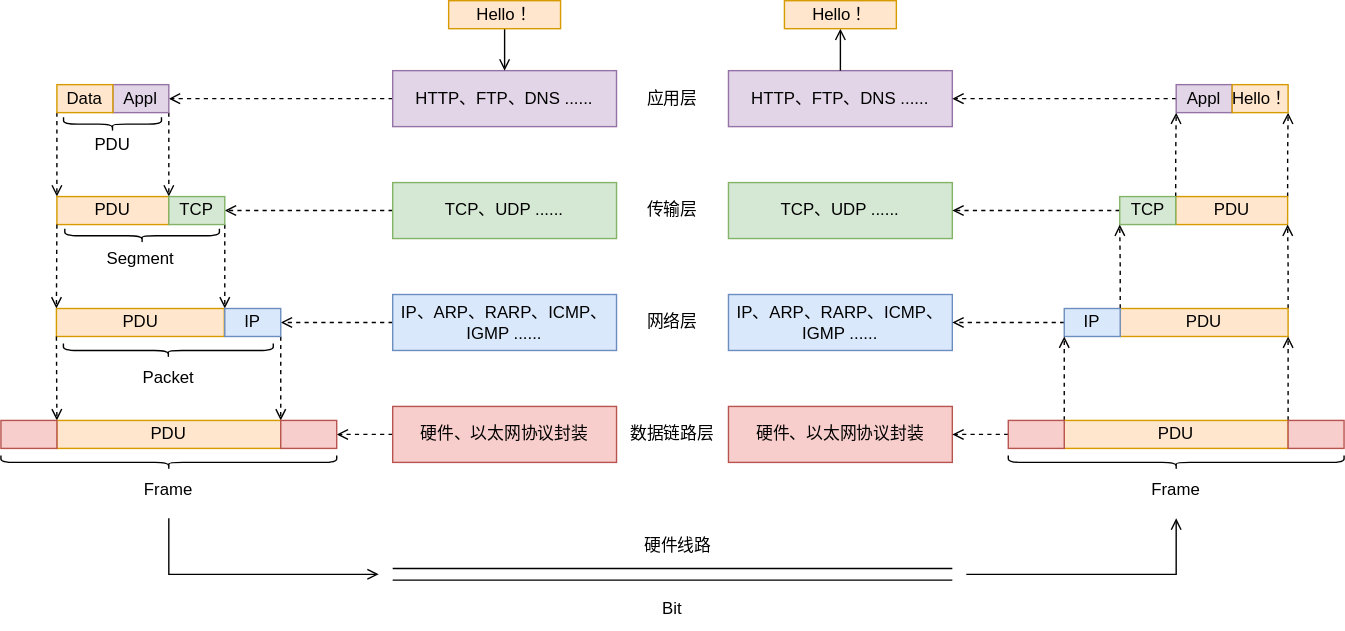
Above: Draw/TCP/IP.drawio.svg in Zhangbokai614/draw (draw.io), before the change. Source tidied: cells renumbered, new cells last; positions are measured from the earlier drawing's top-left corner, leaving out a move shared by most shapes.
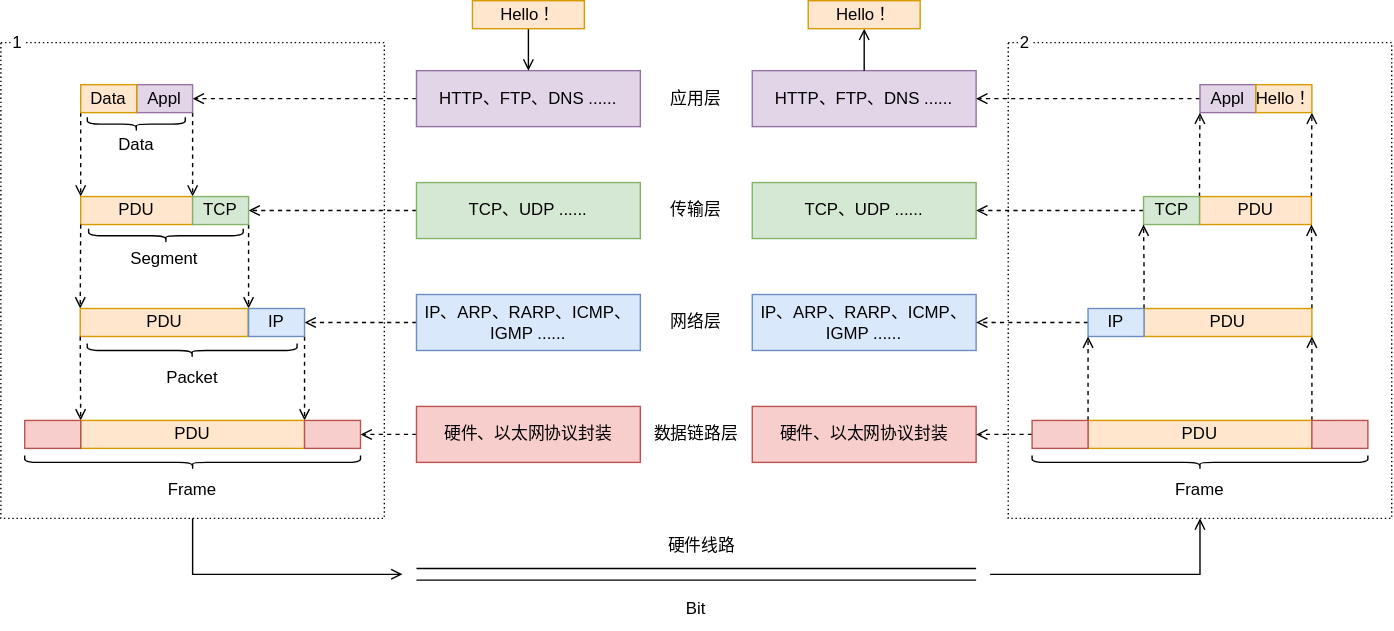
Later version of the same file.

The edit, as a diff of the source:
```diff
@@ -1,4 +1,4 @@
-<mxGraphModel>
+<mxGraphModel background="#ffffff">
   <root>
     <mxCell id="0" />
     <mxCell id="1" parent="0" />
@@ -220,7 +220,7 @@
     <mxCell id="67" style="shape=curlyBracket;whiteSpace=wrap;html=1;rounded=1;labelPosition=left;verticalLabelPosition=middle;align=right;verticalAlign=middle;rotation=-90;" parent="1" vertex="1">
       <mxGeometry x="74.8" y="53.2" width="10" height="70" as="geometry" />
     </mxCell>
-    <mxCell id="68" value="PDU" style="text;html=1;align=center;verticalAlign=middle;whiteSpace=wrap;rounded=0;" parent="1" vertex="1">
+    <mxCell id="68" value="Data" style="text;html=1;align=center;verticalAlign=middle;whiteSpace=wrap;rounded=0;" parent="1" vertex="1">
       <mxGeometry x="49.8" y="92.8" width="60" height="20" as="geometry" />
     </mxCell>
     <mxCell id="69" style="shape=curlyBracket;whiteSpace=wrap;html=1;rounded=1;labelPosition=left;verticalLabelPosition=middle;align=right;verticalAlign=middle;rotation=-90;" parent="1" vertex="1">
@@ -229,5 +229,17 @@
     <mxCell id="70" value="Frame" style="text;html=1;align=center;verticalAlign=middle;whiteSpace=wrap;rounded=0;" parent="1" vertex="1">
       <mxGeometry x="810" y="340" width="60" height="20" as="geometry" />
     </mxCell>
+    <mxCell id="71" style="rounded=0;whiteSpace=wrap;html=1;fillColor=none;dashed=1;dashPattern=1 2;" parent="1" vertex="1">
+      <mxGeometry x="-17.1" y="30" width="274.1" height="340" as="geometry" />
+    </mxCell>
+    <mxCell id="72" style="rounded=0;whiteSpace=wrap;html=1;fillColor=none;dashed=1;dashPattern=1 2;" parent="1" vertex="1">
+      <mxGeometry x="703" y="30" width="274.1" height="340" as="geometry" />
+    </mxCell>
+    <mxCell id="73" value="1" style="text;html=1;align=center;verticalAlign=middle;whiteSpace=wrap;rounded=0;fillColor=default;" parent="1" vertex="1">
+      <mxGeometry x="-10" y="20" width="10" height="20" as="geometry" />
+    </mxCell>
+    <mxCell id="74" value="2" style="text;html=1;align=center;verticalAlign=middle;whiteSpace=wrap;rounded=0;fillColor=default;" parent="1" vertex="1">
+      <mxGeometry x="710" y="20" width="10" height="20" as="geometry" />
+    </mxCell>
   </root>
 </mxGraphModel>
```
